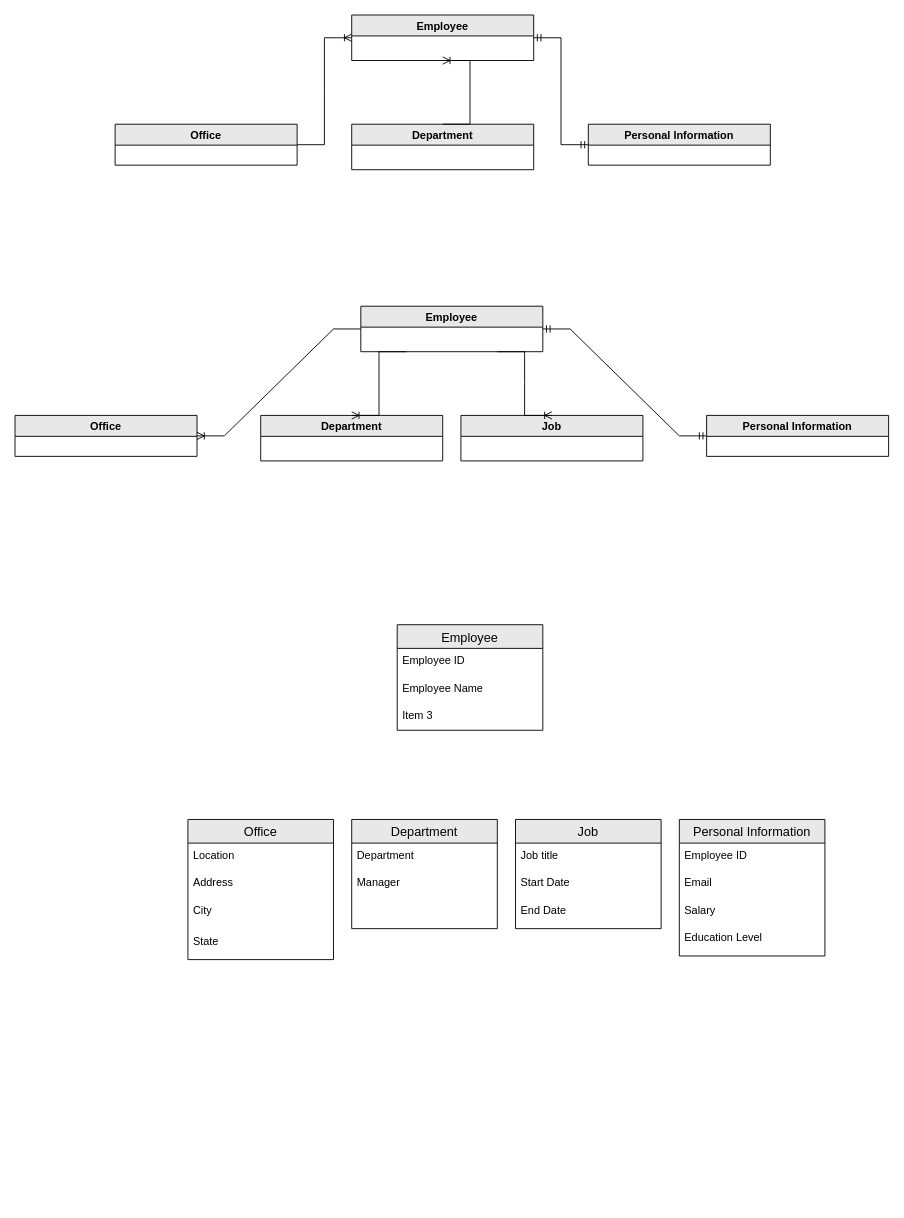
The draw.io diagram HR_ERD.drawio in ohikendoit/data_architect_foundation, before the edit. Source tidied: cells renumbered, new cells numbered last; positions are measured from the earlier drawing's top-left corner, leaving out a move shared by most shapes. Both pictures are drawn from the tidied source at 91%, with x=0, y=0 at pixel (15, 15).
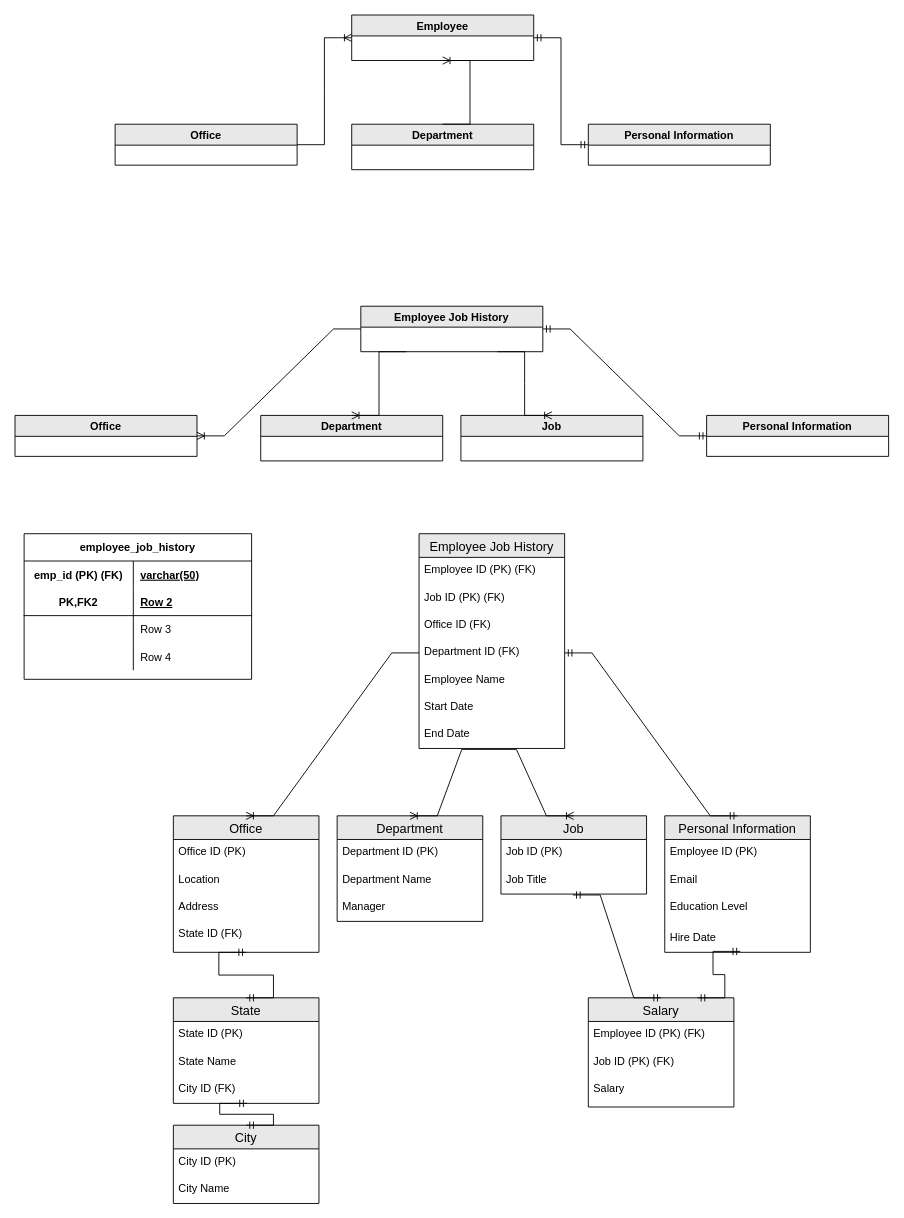
The same page after the edit.

Change to the diagram source:
```diff
@@
-    <mxCell id="11" value="Employee" style="swimlane;fillColor=#E8E8E8;" parent="1" vertex="1">
+    <mxCell id="11" value="Employee Job History" style="swimlane;fillColor=#E8E8E8;" parent="1" vertex="1">
       <mxGeometry x="380" y="320" width="200" height="50" as="geometry" />
     </mxCell>
@@
-    <mxCell id="14" value="Employee" style="swimlane;fontStyle=0;horizontal=1;startSize=26;align=center;fontSize=14;fillColor=#E8E8E8;" parent="1" vertex="1">
-      <mxGeometry x="420" y="670" width="160" height="116" as="geometry" />
+    <mxCell id="14" value="Employee Job History" style="swimlane;fontStyle=0;horizontal=1;startSize=26;align=center;fontSize=14;fillColor=#E8E8E8;" parent="1" vertex="1">
+      <mxGeometry x="444" y="570" width="160" height="236" as="geometry" />
     </mxCell>
-    <mxCell id="15" value="Employee ID" style="text;strokeColor=none;fillColor=none;spacingLeft=4;spacingRight=4;overflow=hidden;fontSize=12;" parent="14" vertex="1">
+    <mxCell id="15" value="Employee ID (PK) (FK)" style="text;strokeColor=none;fillColor=none;spacingLeft=4;spacingRight=4;overflow=hidden;fontSize=12;" parent="14" vertex="1">
       <mxGeometry y="26" width="160" height="30" as="geometry" />
     </mxCell>
+    <mxCell id="40" value="Job ID (PK) (FK)" style="text;strokeColor=none;fillColor=none;spacingLeft=4;spacingRight=4;overflow=hidden;fontSize=12;" parent="14" vertex="1">
+      <mxGeometry y="56" width="160" height="30" as="geometry" />
+    </mxCell>
+    <mxCell id="41" value="Office ID (FK)" style="text;strokeColor=none;fillColor=none;spacingLeft=4;spacingRight=4;overflow=hidden;fontSize=12;" parent="14" vertex="1">
+      <mxGeometry y="86" width="160" height="30" as="geometry" />
+    </mxCell>
+    <mxCell id="42" value="Department ID (FK)" style="text;strokeColor=none;fillColor=none;spacingLeft=4;spacingRight=4;overflow=hidden;points=[[0,0.5],[1,0.5]];portConstraint=eastwest;fontSize=12;" parent="14" vertex="1">
+      <mxGeometry y="116" width="160" height="30" as="geometry" />
+    </mxCell>
     <mxCell id="16" value="Employee Name" style="text;strokeColor=none;fillColor=none;spacingLeft=4;spacingRight=4;overflow=hidden;fontSize=12;" parent="14" vertex="1">
-      <mxGeometry y="56" width="160" height="30" as="geometry" />
+      <mxGeometry y="146" width="160" height="30" as="geometry" />
     </mxCell>
-    <mxCell id="17" value="Item 3" style="text;strokeColor=none;fillColor=none;spacingLeft=4;spacingRight=4;overflow=hidden;fontSize=12;" parent="14" vertex="1">
-      <mxGeometry y="86" width="160" height="30" as="geometry" />
-    </mxCell>
+    <mxCell id="34" value="Start Date" style="text;strokeColor=none;fillColor=none;spacingLeft=4;spacingRight=4;overflow=hidden;fontSize=12;" parent="14" vertex="1">
+      <mxGeometry y="176" width="160" height="30" as="geometry" />
+    </mxCell>
+    <mxCell id="35" value="End Date" style="text;strokeColor=none;fillColor=none;spacingLeft=4;spacingRight=4;overflow=hidden;points=[[0,0.5],[1,0.5]];portConstraint=eastwest;fontSize=12;" parent="14" vertex="1">
+      <mxGeometry y="206" width="160" height="30" as="geometry" />
+    </mxCell>
     <mxCell id="18" value="Personal Information" style="swimlane;fontStyle=0;horizontal=1;startSize=26;align=center;fontSize=14;fillColor=#E8E8E8;" parent="1" vertex="1">
-      <mxGeometry x="730" y="884" width="160" height="150" as="geometry" />
+      <mxGeometry x="714" y="880" width="160" height="150" as="geometry" />
     </mxCell>
-    <mxCell id="19" value="Employee ID" style="text;strokeColor=none;fillColor=none;spacingLeft=4;spacingRight=4;overflow=hidden;fontSize=12;" parent="18" vertex="1">
+    <mxCell id="19" value="Employee ID (PK)" style="text;strokeColor=none;fillColor=none;spacingLeft=4;spacingRight=4;overflow=hidden;fontSize=12;" parent="18" vertex="1">
       <mxGeometry y="26" width="160" height="30" as="geometry" />
     </mxCell>
@@
-    <mxCell id="21" value="Salary" style="text;strokeColor=none;fillColor=none;spacingLeft=4;spacingRight=4;overflow=hidden;fontSize=12;" parent="18" vertex="1">
-      <mxGeometry y="86" width="160" height="30" as="geometry" />
-    </mxCell>
     <mxCell id="22" value="Education Level" style="text;strokeColor=none;fillColor=none;spacingLeft=4;spacingRight=4;overflow=hidden;fontSize=12;" parent="18" vertex="1">
-      <mxGeometry y="116" width="160" height="34" as="geometry" />
+      <mxGeometry y="86" width="160" height="34" as="geometry" />
     </mxCell>
+    <mxCell id="43" value="Hire Date" style="text;strokeColor=none;fillColor=none;spacingLeft=4;spacingRight=4;overflow=hidden;points=[[0,0.5],[1,0.5]];portConstraint=eastwest;fontSize=12;" parent="18" vertex="1">
+      <mxGeometry y="120" width="160" height="30" as="geometry" />
+    </mxCell>
     <mxCell id="23" value="Department" style="swimlane;fontStyle=0;horizontal=1;startSize=26;align=center;fontSize=14;fillColor=#E8E8E8;" parent="1" vertex="1">
-      <mxGeometry x="370" y="884" width="160" height="120" as="geometry" />
+      <mxGeometry x="354" y="880" width="160" height="116" as="geometry" />
     </mxCell>
+    <mxCell id="44" value="Department ID (PK)" style="text;strokeColor=none;fillColor=none;spacingLeft=4;spacingRight=4;overflow=hidden;fontSize=12;" parent="23" vertex="1">
+      <mxGeometry y="26" width="160" height="30" as="geometry" />
+    </mxCell>
-    <mxCell id="24" value="Department " style="text;strokeColor=none;fillColor=none;spacingLeft=4;spacingRight=4;overflow=hidden;fontSize=12;" parent="23" vertex="1">
-      <mxGeometry y="26" width="160" height="30" as="geometry" />
+    <mxCell id="24" value="Department Name" style="text;strokeColor=none;fillColor=none;spacingLeft=4;spacingRight=4;overflow=hidden;fontSize=12;" parent="23" vertex="1">
+      <mxGeometry y="56" width="160" height="30" as="geometry" />
     </mxCell>
     <mxCell id="25" value="Manager" style="text;strokeColor=none;fillColor=none;spacingLeft=4;spacingRight=4;overflow=hidden;fontSize=12;" parent="23" vertex="1">
-      <mxGeometry y="56" width="160" height="30" as="geometry" />
+      <mxGeometry y="86" width="160" height="30" as="geometry" />
     </mxCell>
-    <mxCell id="26" style="text;strokeColor=none;fillColor=none;spacingLeft=4;spacingRight=4;overflow=hidden;fontSize=12;" parent="23" vertex="1">
-      <mxGeometry y="86" width="160" height="34" as="geometry" />
-    </mxCell>
     <mxCell id="27" value="Office" style="swimlane;fontStyle=0;horizontal=1;startSize=26;align=center;fontSize=14;fillColor=#E8E8E8;" parent="1" vertex="1">
-      <mxGeometry x="190" y="884" width="160" height="154" as="geometry" />
+      <mxGeometry x="174" y="880" width="160" height="150" as="geometry" />
     </mxCell>
+    <mxCell id="45" value="Office ID (PK)" style="text;strokeColor=none;fillColor=none;spacingLeft=4;spacingRight=4;overflow=hidden;fontSize=12;" parent="27" vertex="1">
+      <mxGeometry y="26" width="160" height="30" as="geometry" />
+    </mxCell>
     <mxCell id="28" value="Location" style="text;strokeColor=none;fillColor=none;spacingLeft=4;spacingRight=4;overflow=hidden;fontSize=12;" parent="27" vertex="1">
-      <mxGeometry y="26" width="160" height="30" as="geometry" />
+      <mxGeometry y="56" width="160" height="30" as="geometry" />
     </mxCell>
     <mxCell id="29" value="Address" style="text;strokeColor=none;fillColor=none;spacingLeft=4;spacingRight=4;overflow=hidden;fontSize=12;" parent="27" vertex="1">
-      <mxGeometry y="56" width="160" height="30" as="geometry" />
+      <mxGeometry y="86" width="160" height="30" as="geometry" />
     </mxCell>
-    <mxCell id="30" value="City" style="text;strokeColor=none;fillColor=none;spacingLeft=4;spacingRight=4;overflow=hidden;fontSize=12;" parent="27" vertex="1">
-      <mxGeometry y="86" width="160" height="34" as="geometry" />
+    <mxCell id="30" value="State ID (FK)" style="text;strokeColor=none;fillColor=none;spacingLeft=4;spacingRight=4;overflow=hidden;fontSize=12;" parent="27" vertex="1">
+      <mxGeometry y="116" width="160" height="34" as="geometry" />
     </mxCell>
-    <mxCell id="31" value="State" style="text;strokeColor=none;fillColor=none;spacingLeft=4;spacingRight=4;overflow=hidden;points=[[0,0.5],[1,0.5]];portConstraint=eastwest;fontSize=12;" parent="27" vertex="1">
-      <mxGeometry y="120" width="160" height="34" as="geometry" />
-    </mxCell>
     <mxCell id="32" value="Job" style="swimlane;fontStyle=0;horizontal=1;startSize=26;align=center;fontSize=14;fillColor=#E8E8E8;" parent="1" vertex="1">
-      <mxGeometry x="550" y="884" width="160" height="120" as="geometry" />
+      <mxGeometry x="534" y="880" width="160" height="86" as="geometry" />
     </mxCell>
+    <mxCell id="46" value="Job ID (PK)" style="text;strokeColor=none;fillColor=none;spacingLeft=4;spacingRight=4;overflow=hidden;fontSize=12;" parent="32" vertex="1">
+      <mxGeometry y="26" width="160" height="30" as="geometry" />
+    </mxCell>
-    <mxCell id="33" value="Job title" style="text;strokeColor=none;fillColor=none;spacingLeft=4;spacingRight=4;overflow=hidden;points=[[0,0.5],[1,0.5]];portConstraint=eastwest;fontSize=12;" parent="32" vertex="1">
-      <mxGeometry y="26" width="160" height="30" as="geometry" />
+    <mxCell id="33" value="Job Title" style="text;strokeColor=none;fillColor=none;spacingLeft=4;spacingRight=4;overflow=hidden;points=[[0,0.5],[1,0.5]];portConstraint=eastwest;fontSize=12;" parent="32" vertex="1">
+      <mxGeometry y="56" width="160" height="30" as="geometry" />
     </mxCell>
-    <mxCell id="34" value="Start Date" style="text;strokeColor=none;fillColor=none;spacingLeft=4;spacingRight=4;overflow=hidden;fontSize=12;" parent="32" vertex="1">
-      <mxGeometry y="56" width="160" height="30" as="geometry" />
-    </mxCell>
-    <mxCell id="35" value="End Date" style="text;strokeColor=none;fillColor=none;spacingLeft=4;spacingRight=4;overflow=hidden;points=[[0,0.5],[1,0.5]];portConstraint=eastwest;fontSize=12;" parent="32" vertex="1">
-      <mxGeometry y="86" width="160" height="34" as="geometry" />
-    </mxCell>
@@
+    <mxCell id="47" value="Salary" style="swimlane;fontStyle=0;horizontal=1;startSize=26;align=center;fontSize=14;fillColor=#E8E8E8;" parent="1" vertex="1">
+      <mxGeometry x="630" y="1080" width="160" height="120" as="geometry" />
+    </mxCell>
+    <mxCell id="48" value="Employee ID (PK) (FK)" style="text;strokeColor=none;fillColor=none;spacingLeft=4;spacingRight=4;overflow=hidden;fontSize=12;" parent="47" vertex="1">
+      <mxGeometry y="26" width="160" height="30" as="geometry" />
+    </mxCell>
+    <mxCell id="49" value="Job ID (PK) (FK)" style="text;strokeColor=none;fillColor=none;spacingLeft=4;spacingRight=4;overflow=hidden;fontSize=12;" parent="47" vertex="1">
+      <mxGeometry y="56" width="160" height="30" as="geometry" />
+    </mxCell>
+    <mxCell id="21" value="Salary" style="text;strokeColor=none;fillColor=none;spacingLeft=4;spacingRight=4;overflow=hidden;fontSize=12;" parent="47" vertex="1">
+      <mxGeometry y="86" width="160" height="34" as="geometry" />
+    </mxCell>
+    <mxCell id="31" value="State" style="swimlane;fontStyle=0;horizontal=1;startSize=26;align=center;fontSize=14;fillColor=#E8E8E8;" parent="1" vertex="1">
+      <mxGeometry x="174" y="1080" width="160" height="116" as="geometry" />
+    </mxCell>
+    <mxCell id="50" value="State ID (PK)" style="text;strokeColor=none;fillColor=none;spacingLeft=4;spacingRight=4;overflow=hidden;fontSize=12;" parent="31" vertex="1">
+      <mxGeometry y="26" width="160" height="30" as="geometry" />
+    </mxCell>
+    <mxCell id="51" value="State Name" style="text;strokeColor=none;fillColor=none;spacingLeft=4;spacingRight=4;overflow=hidden;fontSize=12;" parent="31" vertex="1">
+      <mxGeometry y="56" width="160" height="30" as="geometry" />
+    </mxCell>
+    <mxCell id="52" value="City ID (FK)" style="text;strokeColor=none;fillColor=none;spacingLeft=4;spacingRight=4;overflow=hidden;points=[[0,0.5],[1,0.5]];portConstraint=eastwest;fontSize=12;" parent="31" vertex="1">
+      <mxGeometry y="86" width="160" height="30" as="geometry" />
+    </mxCell>
+    <mxCell id="53" value="City" style="swimlane;fontStyle=0;horizontal=1;startSize=26;align=center;fontSize=14;fillColor=#E8E8E8;" parent="1" vertex="1">
+      <mxGeometry x="174" y="1220" width="160" height="86" as="geometry" />
+    </mxCell>
+    <mxCell id="54" value="City ID (PK)" style="text;strokeColor=none;fillColor=none;spacingLeft=4;spacingRight=4;overflow=hidden;fontSize=12;" parent="53" vertex="1">
+      <mxGeometry y="26" width="160" height="30" as="geometry" />
+    </mxCell>
+    <mxCell id="55" value="City Name" style="text;strokeColor=none;fillColor=none;spacingLeft=4;spacingRight=4;overflow=hidden;fontSize=12;" parent="53" vertex="1">
+      <mxGeometry y="56" width="160" height="30" as="geometry" />
+    </mxCell>
+    <mxCell id="56" style="edgeStyle=entityRelationEdgeStyle;fontSize=12;html=1;endArrow=ERmandOne;startArrow=ERmandOne;rounded=0;entryX=1;entryY=0.5;entryDx=0;entryDy=0;exitX=0.5;exitY=0;exitDx=0;exitDy=0;" parent="1" edge="1" source="18" target="42">
+      <mxGeometry relative="1" as="geometry" />
+    </mxCell>
+    <mxCell id="57" style="edgeStyle=entityRelationEdgeStyle;fontSize=12;html=1;endArrow=ERoneToMany;rounded=0;exitX=0;exitY=0.5;exitDx=0;exitDy=0;entryX=0.5;entryY=0;entryDx=0;entryDy=0;" parent="1" edge="1" source="42" target="27">
+      <mxGeometry relative="1" as="geometry" />
+    </mxCell>
+    <mxCell id="58" style="edgeStyle=entityRelationEdgeStyle;fontSize=12;html=1;endArrow=ERoneToMany;rounded=0;exitX=0.481;exitY=1.033;exitDx=0;exitDy=0;entryX=0.5;entryY=0;entryDx=0;entryDy=0;exitPerimeter=0;" parent="1" edge="1" source="35" target="23">
+      <mxGeometry relative="1" as="geometry" />
+    </mxCell>
+    <mxCell id="59" style="edgeStyle=entityRelationEdgeStyle;fontSize=12;html=1;endArrow=ERoneToMany;rounded=0;entryX=0.5;entryY=0;entryDx=0;entryDy=0;exitX=0.481;exitY=1.033;exitDx=0;exitDy=0;exitPerimeter=0;" parent="1" edge="1" source="35" target="32">
+      <mxGeometry relative="1" as="geometry" />
+    </mxCell>
+    <mxCell id="60" style="edgeStyle=entityRelationEdgeStyle;fontSize=12;html=1;endArrow=ERmandOne;startArrow=ERmandOne;rounded=0;exitX=0.5;exitY=0;exitDx=0;exitDy=0;" parent="1" edge="1" source="31">
+      <mxGeometry relative="1" as="geometry">
+        <mxPoint x="254" y="1030" as="targetPoint" />
+      </mxGeometry>
+    </mxCell>
+    <mxCell id="61" style="edgeStyle=entityRelationEdgeStyle;fontSize=12;html=1;endArrow=ERmandOne;startArrow=ERmandOne;rounded=0;exitX=0.5;exitY=0;exitDx=0;exitDy=0;entryX=0.506;entryY=1;entryDx=0;entryDy=0;entryPerimeter=0;" parent="1" edge="1" source="53" target="52">
+      <mxGeometry relative="1" as="geometry" />
+    </mxCell>
+    <mxCell id="62" style="edgeStyle=entityRelationEdgeStyle;fontSize=12;html=1;endArrow=ERmandOne;startArrow=ERmandOne;rounded=0;exitX=0.5;exitY=0;exitDx=0;exitDy=0;entryX=0.494;entryY=1.033;entryDx=0;entryDy=0;entryPerimeter=0;" parent="1" edge="1" source="47" target="33">
+      <mxGeometry relative="1" as="geometry" />
+    </mxCell>
+    <mxCell id="63" style="edgeStyle=entityRelationEdgeStyle;fontSize=12;html=1;endArrow=ERmandOne;startArrow=ERmandOne;rounded=0;exitX=0.75;exitY=0;exitDx=0;exitDy=0;entryX=0.519;entryY=0.967;entryDx=0;entryDy=0;entryPerimeter=0;" parent="1" edge="1" source="47" target="43">
+      <mxGeometry relative="1" as="geometry" />
+    </mxCell>
+    <mxCell id="64" value="employee_job_history" style="shape=table;startSize=30;childLayout=tableLayout;rowLines=0;fontStyle=1;align=center;" parent="1" vertex="1">
+      <mxGeometry x="10" y="570" width="250" height="160" as="geometry" />
+    </mxCell>
+    <mxCell id="65" style="shape=partialRectangle;fillColor=none;top=0;left=0;bottom=0;right=0;" parent="64" vertex="1">
+      <mxGeometry y="30" width="250" height="30" as="geometry" />
+    </mxCell>
+    <mxCell id="66" value="emp_id (PK) (FK)" style="shape=partialRectangle;fillColor=none;top=0;left=0;bottom=0;right=0;fontStyle=1;overflow=hidden;" parent="65" vertex="1">
+      <mxGeometry width="120" height="30" as="geometry" />
+    </mxCell>
+    <mxCell id="67" value="varchar(50)" style="shape=partialRectangle;fillColor=none;top=0;left=0;bottom=0;right=0;align=left;spacingLeft=6;fontStyle=5;overflow=hidden;" parent="65" vertex="1">
+      <mxGeometry x="120" width="130" height="30" as="geometry" />
+    </mxCell>
+    <mxCell id="68" style="shape=partialRectangle;fillColor=none;top=0;left=0;bottom=1;right=0;" parent="64" vertex="1">
+      <mxGeometry y="60" width="250" height="30" as="geometry" />
+    </mxCell>
+    <mxCell id="69" value="PK,FK2" style="shape=partialRectangle;fillColor=none;top=0;left=0;bottom=0;right=0;fontStyle=1;overflow=hidden;" parent="68" vertex="1">
+      <mxGeometry width="120" height="30" as="geometry" />
+    </mxCell>
+    <mxCell id="70" value="Row 2" style="shape=partialRectangle;fillColor=none;top=0;left=0;bottom=0;right=0;align=left;spacingLeft=6;fontStyle=5;overflow=hidden;" parent="68" vertex="1">
+      <mxGeometry x="120" width="130" height="30" as="geometry" />
+    </mxCell>
+    <mxCell id="71" style="shape=partialRectangle;fillColor=none;top=0;left=0;bottom=0;right=0;" parent="64" vertex="1">
+      <mxGeometry y="90" width="250" height="30" as="geometry" />
+    </mxCell>
+    <mxCell id="72" style="shape=partialRectangle;fillColor=none;top=0;left=0;bottom=0;right=0;overflow=hidden;" parent="71" vertex="1">
+      <mxGeometry width="120" height="30" as="geometry" />
+    </mxCell>
+    <mxCell id="73" value="Row 3" style="shape=partialRectangle;fillColor=none;top=0;left=0;bottom=0;right=0;align=left;spacingLeft=6;overflow=hidden;" parent="71" vertex="1">
+      <mxGeometry x="120" width="130" height="30" as="geometry" />
+    </mxCell>
+    <mxCell id="74" style="shape=partialRectangle;fillColor=none;top=0;left=0;bottom=0;right=0;" parent="64" vertex="1">
+      <mxGeometry y="120" width="250" height="30" as="geometry" />
+    </mxCell>
+    <mxCell id="75" style="shape=partialRectangle;fillColor=none;top=0;left=0;bottom=0;right=0;overflow=hidden;" parent="74" vertex="1">
+      <mxGeometry width="120" height="30" as="geometry" />
+    </mxCell>
+    <mxCell id="76" value="Row 4" style="shape=partialRectangle;fillColor=none;top=0;left=0;bottom=0;right=0;align=left;spacingLeft=6;overflow=hidden;" parent="74" vertex="1">
+      <mxGeometry x="120" width="130" height="30" as="geometry" />
+    </mxCell>
```
